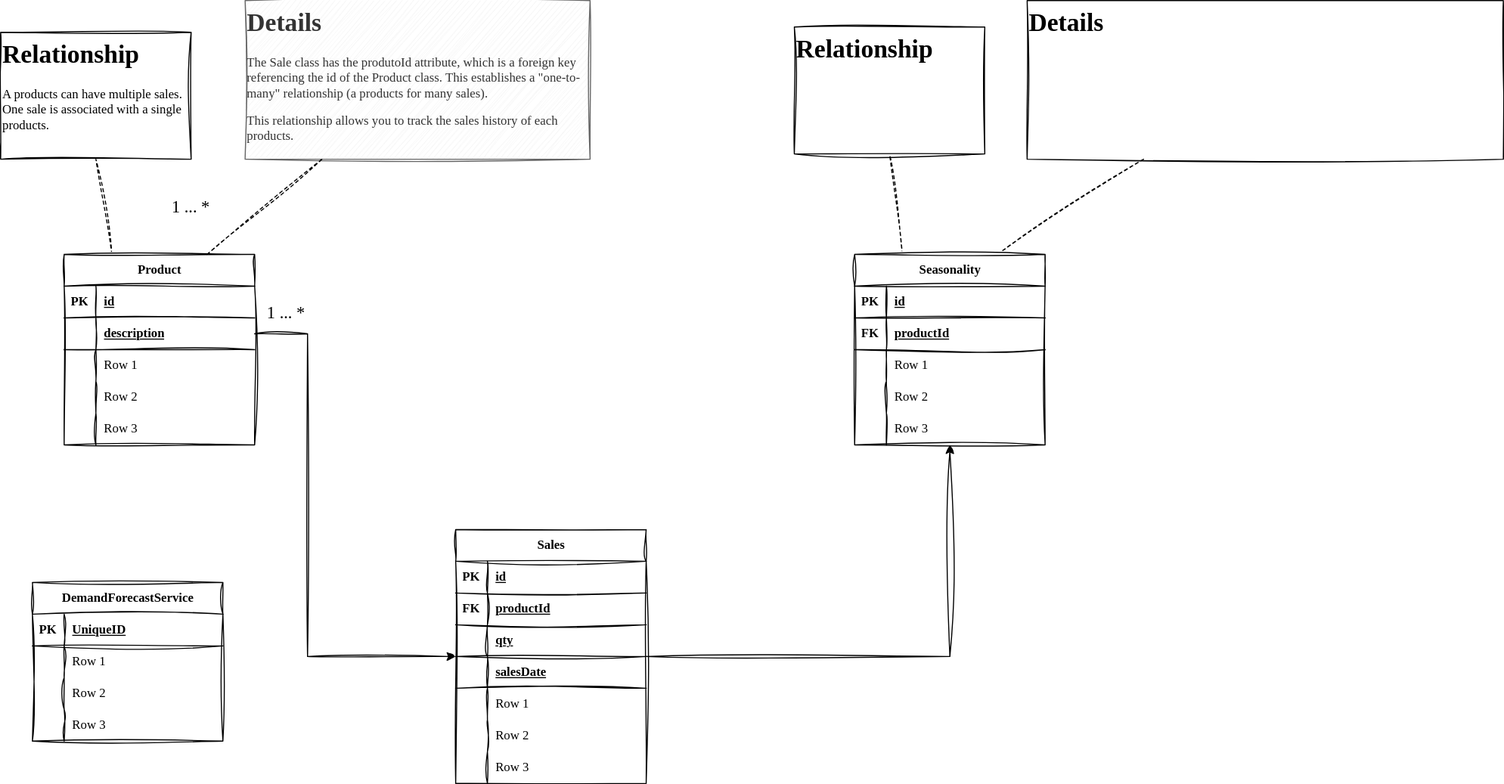
The draw.io diagram StockWise.drawio.svg in sergio-oliveira-br/StockWise, before a commit. Source tidied: cells renumbered, new cells last; positions are measured from the earlier drawing's top-left corner, leaving out a move shared by most shapes.
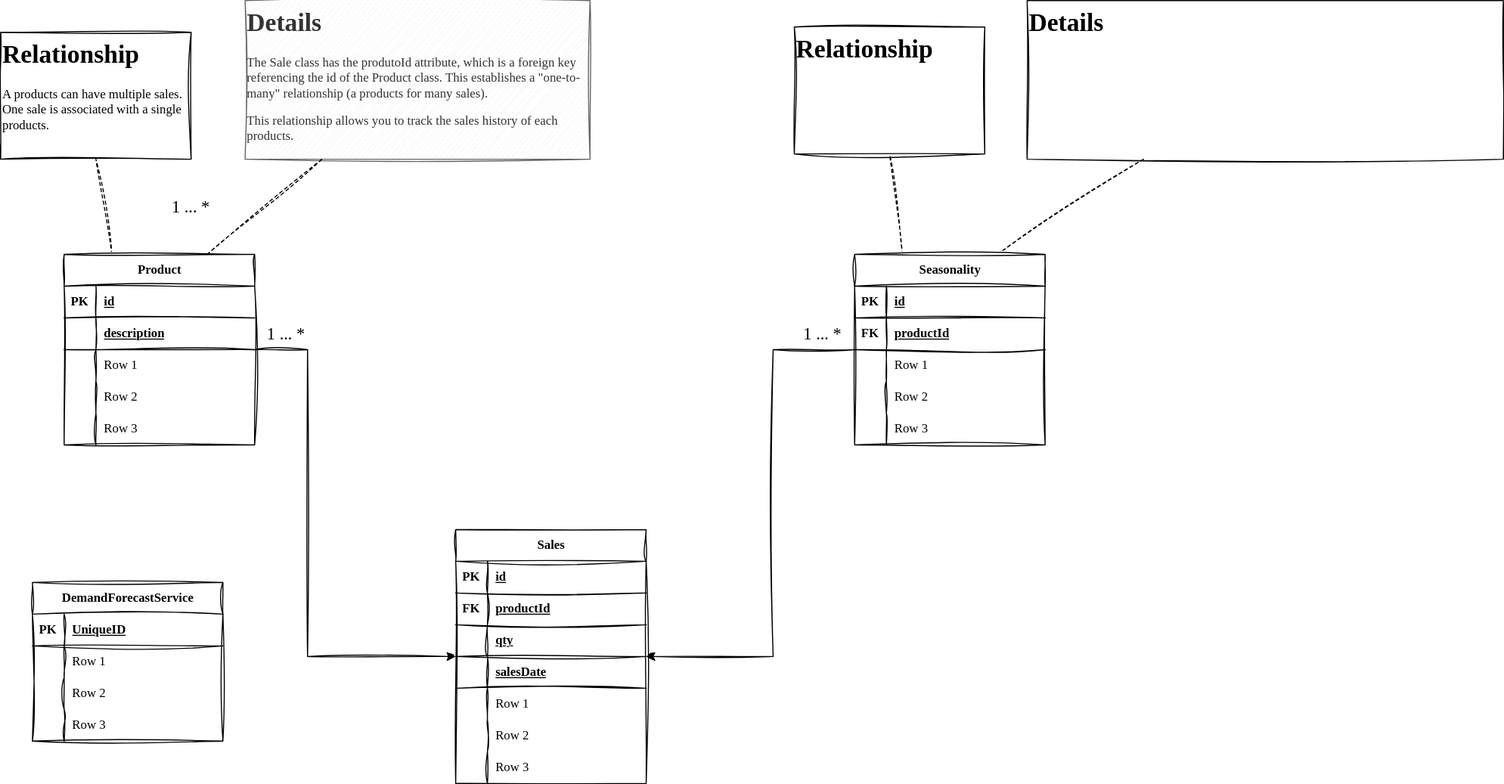
The same file after the commit.

What changed in the source:
```diff
@@ -59,6 +59,14 @@
     <mxCell id="20" style="rounded=0;sketch=1;hachureGap=4;jiggle=2;curveFitting=1;jettySize=auto;html=1;fontFamily=Architects Daughter;fontSource=https%3A%2F%2Ffonts.googleapis.com%2Fcss%3Ffamily%3DArchitects%2BDaughter;dashed=1;exitX=0.75;exitY=0;exitDx=0;exitDy=0;endArrow=none;startFill=0;" parent="1" edge="1" source="21" target="79">
       <mxGeometry relative="1" as="geometry" />
     </mxCell>
+    <mxCell id="81" style="edgeStyle=orthogonalEdgeStyle;rounded=0;sketch=1;hachureGap=4;jiggle=2;curveFitting=1;jettySize=auto;html=1;fontFamily=Architects Daughter;fontSource=https%3A%2F%2Ffonts.googleapis.com%2Fcss%3Ffamily%3DArchitects%2BDaughter;" parent="1" edge="1" source="21" target="38">
+      <mxGeometry relative="1" as="geometry">
+        <Array as="points">
+          <mxPoint x="730" y="330" />
+          <mxPoint x="730" y="620" />
+        </Array>
+      </mxGeometry>
+    </mxCell>
     <mxCell id="21" value="&lt;span style=&quot;white-space: normal;&quot;&gt;Seasonality&lt;/span&gt;" style="shape=table;startSize=30;rowLines=0;fontStyle=1;align=center;html=1;sketch=1;hachureGap=4;jiggle=2;curveFitting=1;fontFamily=Architects Daughter;fontSource=https%3A%2F%2Ffonts.googleapis.com%2Fcss%3Ffamily%3DArchitects%2BDaughter;" parent="1" vertex="1">
       <mxGeometry x="807" y="240" width="180" height="180" as="geometry" />
     </mxCell>
@@ -107,9 +115,6 @@
     <mxCell id="36" value="Row 3" style="shape=partialRectangle;fillColor=none;top=0;left=0;bottom=0;right=0;align=left;spacingLeft=6;overflow=hidden;whiteSpace=wrap;html=1;sketch=1;hachureGap=4;jiggle=2;curveFitting=1;fontFamily=Architects Daughter;fontSource=https%3A%2F%2Ffonts.googleapis.com%2Fcss%3Ffamily%3DArchitects%2BDaughter;" parent="34" vertex="1">
       <mxGeometry x="30" width="150" height="30" as="geometry" />
     </mxCell>
-    <mxCell id="37" style="edgeStyle=orthogonalEdgeStyle;rounded=0;sketch=1;hachureGap=4;jiggle=2;curveFitting=1;jettySize=auto;html=1;fontFamily=Architects Daughter;fontSource=https%3A%2F%2Ffonts.googleapis.com%2Fcss%3Ffamily%3DArchitects%2BDaughter;" parent="1" edge="1" source="38" target="21">
-      <mxGeometry relative="1" as="geometry" />
-    </mxCell>
     <mxCell id="38" value="Sales" style="shape=table;startSize=30;rowLines=0;fontStyle=1;align=center;html=1;sketch=1;hachureGap=4;jiggle=2;curveFitting=1;fontFamily=Architects Daughter;fontSource=https%3A%2F%2Ffonts.googleapis.com%2Fcss%3Ffamily%3DArchitects%2BDaughter;" parent="1" vertex="1">
       <mxGeometry x="430" y="500" width="180" height="240" as="geometry" />
     </mxCell>
@@ -216,12 +221,12 @@
       <mxGeometry x="30" width="150" height="30" as="geometry" />
     </mxCell>
     <mxCell id="73" value="1 ... *" style="text;html=1;align=center;verticalAlign=middle;whiteSpace=wrap;rounded=0;fontFamily=Architects Daughter;fontSource=https%3A%2F%2Ffonts.googleapis.com%2Fcss%3Ffamily%3DArchitects%2BDaughter;fontSize=16;" parent="1" vertex="1">
-      <mxGeometry x="240" y="280" width="60" height="30" as="geometry" />
+      <mxGeometry x="240" y="300" width="60" height="30" as="geometry" />
     </mxCell>
     <mxCell id="74" style="edgeStyle=orthogonalEdgeStyle;rounded=0;sketch=1;hachureGap=4;jiggle=2;curveFitting=1;jettySize=auto;html=1;fontFamily=Architects Daughter;fontSource=https%3A%2F%2Ffonts.googleapis.com%2Fcss%3Ffamily%3DArchitects%2BDaughter;" parent="1" edge="1" source="7" target="38">
       <mxGeometry relative="1" as="geometry">
         <Array as="points">
-          <mxPoint x="290" y="315" />
+          <mxPoint x="290" y="330" />
           <mxPoint x="290" y="620" />
         </Array>
       </mxGeometry>
@@ -244,5 +249,8 @@
     <mxCell id="80" style="rounded=0;sketch=1;hachureGap=4;jiggle=2;curveFitting=1;jettySize=auto;html=1;fontFamily=Architects Daughter;fontSource=https%3A%2F%2Ffonts.googleapis.com%2Fcss%3Ffamily%3DArchitects%2BDaughter;dashed=1;endArrow=none;startFill=0;exitX=0.75;exitY=0;exitDx=0;exitDy=0;" parent="1" edge="1" source="3" target="77">
       <mxGeometry relative="1" as="geometry" />
     </mxCell>
+    <mxCell id="82" value="1 ... *" style="text;html=1;align=center;verticalAlign=middle;whiteSpace=wrap;rounded=0;fontFamily=Architects Daughter;fontSource=https%3A%2F%2Ffonts.googleapis.com%2Fcss%3Ffamily%3DArchitects%2BDaughter;fontSize=16;" parent="1" vertex="1">
+      <mxGeometry x="747" y="300" width="60" height="30" as="geometry" />
+    </mxCell>
   </root>
 </mxGraphModel>
```
